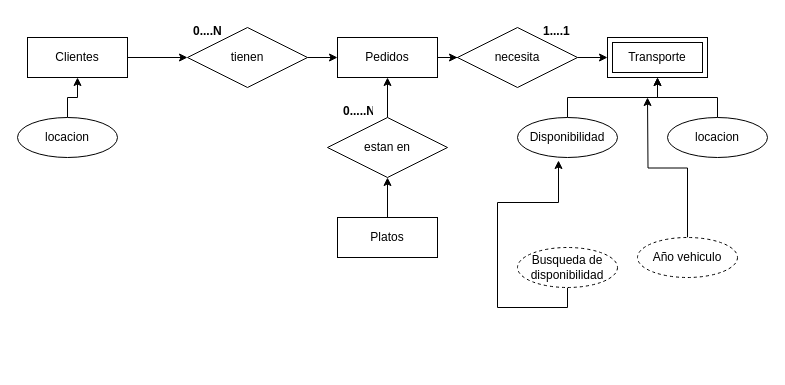
Above: conceptual_pedidos.drawio in Marcelo-Osorio/Diagrams (draw.io), before the change. Source tidied: cells renumbered, new cells numbered last; positions are measured from the earlier drawing's top-left corner, leaving out a move shared by most shapes. Both pictures are drawn from the tidied source at 100%, with x=0, y=0 at pixel (17, 17).
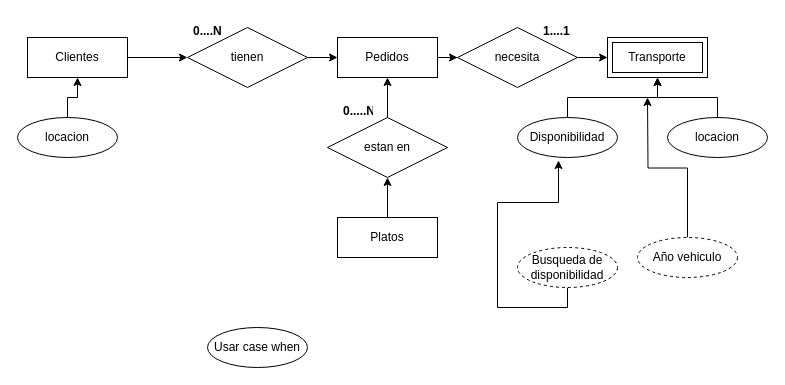
After the change.

Diff of the diagram source:
```diff
@@
+    <mxCell id="28" value="Usar case when" style="ellipse;whiteSpace=wrap;html=1;align=center;" parent="1" vertex="1">
+      <mxGeometry x="190" y="310" width="100" height="40" as="geometry" />
+    </mxCell>
```
